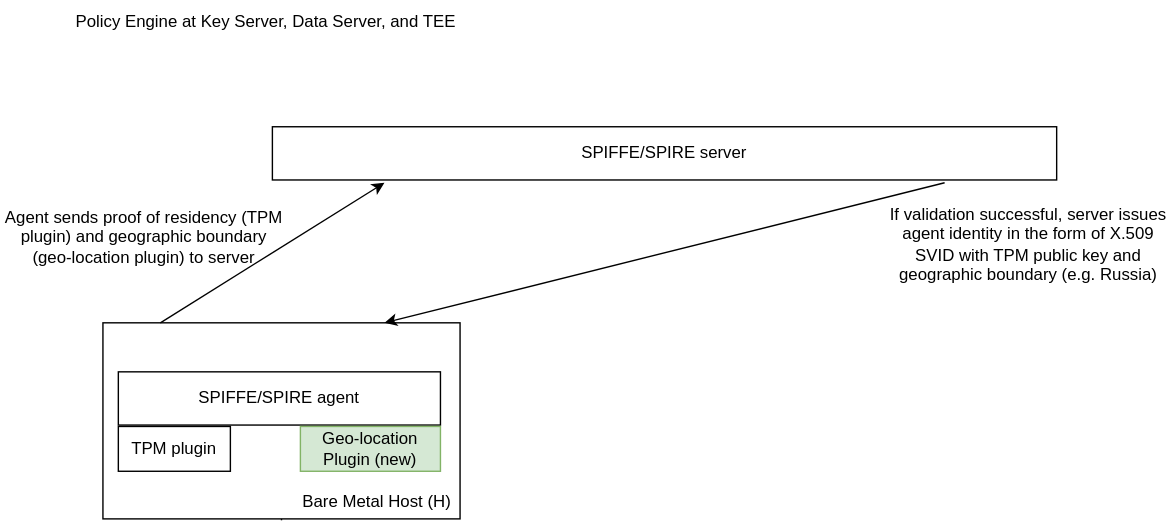
This is spiffe-spire.svg from nedmsmith/draft-klspa-wimse-verifiable-geo-fence, a draw.io export, as it was before one commit. Source tidied: cells renumbered, new cells last; positions are measured from the earlier drawing's top-left corner, leaving out a move shared by most shapes. Its diagram source:
```xml
<mxGraphModel>
  <root>
    <mxCell id="0" />
    <mxCell id="1" parent="0" />
    <mxCell id="2" value="&lt;div&gt;&lt;br&gt;&lt;/div&gt;&lt;div&gt;&lt;br&gt;&lt;/div&gt;&lt;div&gt;&lt;br&gt;&lt;/div&gt;&lt;div&gt;&lt;br&gt;&lt;/div&gt;&lt;div&gt;&lt;br&gt;&lt;/div&gt;&lt;div&gt;&lt;br&gt;&lt;/div&gt;&lt;div&gt;&lt;br&gt;&lt;/div&gt;&lt;div&gt;&lt;br&gt;&lt;/div&gt;&lt;div&gt;&lt;span style=&quot;white-space: pre;&quot;&gt;&#9;&lt;/span&gt;&lt;span style=&quot;white-space: pre;&quot;&gt;&#9;&lt;/span&gt;&lt;span style=&quot;white-space: pre;&quot;&gt;&#9;&lt;/span&gt;&lt;span style=&quot;white-space: pre;&quot;&gt;&#9;&lt;/span&gt;&amp;nbsp; &amp;nbsp; &amp;nbsp; &amp;nbsp; &amp;nbsp;Bare Metal Host (H)&lt;br&gt;&lt;/div&gt;" style="shape=umlLifeline;perimeter=lifelinePerimeter;whiteSpace=wrap;html=1;newEdgeStyle={&quot;edgeStyle&quot;:&quot;elbowEdgeStyle&quot;,&quot;elbow&quot;:&quot;vertical&quot;,&quot;curved&quot;:0,&quot;rounded&quot;:0};size=140;" parent="1" vertex="1">
      <mxGeometry x="73" y="230" width="255" height="141" as="geometry" />
    </mxCell>
    <mxCell id="3" value="SPIFFE/SPIRE agent" style="shape=umlLifeline;perimeter=lifelinePerimeter;whiteSpace=wrap;html=1;newEdgeStyle={&quot;edgeStyle&quot;:&quot;elbowEdgeStyle&quot;,&quot;elbow&quot;:&quot;vertical&quot;,&quot;curved&quot;:0,&quot;rounded&quot;:0};" parent="1" vertex="1">
      <mxGeometry x="84" y="265" width="230" height="38" as="geometry" />
    </mxCell>
    <mxCell id="4" value="SPIFFE/SPIRE server" style="shape=umlLifeline;perimeter=lifelinePerimeter;whiteSpace=wrap;html=1;newEdgeStyle={&quot;edgeStyle&quot;:&quot;elbowEdgeStyle&quot;,&quot;elbow&quot;:&quot;vertical&quot;,&quot;curved&quot;:0,&quot;rounded&quot;:0};" parent="1" vertex="1">
      <mxGeometry x="194" y="90" width="560" height="38" as="geometry" />
    </mxCell>
    <mxCell id="5" value="Policy Engine at Key Server, Data Server, and TEE" style="text;html=1;align=center;verticalAlign=middle;strokeColor=none;fillColor=none;" parent="1" vertex="1">
      <mxGeometry x="44" width="290" height="30" as="geometry" />
    </mxCell>
    <mxCell id="6" value="Geo-location Plugin (new)" style="shape=umlLifeline;perimeter=lifelinePerimeter;whiteSpace=wrap;html=1;newEdgeStyle={&quot;edgeStyle&quot;:&quot;elbowEdgeStyle&quot;,&quot;elbow&quot;:&quot;vertical&quot;,&quot;curved&quot;:0,&quot;rounded&quot;:0};fillColor=#d5e8d4;strokeColor=#82b366;" parent="1" vertex="1">
      <mxGeometry x="214" y="304" width="100" height="32" as="geometry" />
    </mxCell>
    <mxCell id="7" value="TPM plugin" style="shape=umlLifeline;perimeter=lifelinePerimeter;whiteSpace=wrap;html=1;newEdgeStyle={&quot;edgeStyle&quot;:&quot;elbowEdgeStyle&quot;,&quot;elbow&quot;:&quot;vertical&quot;,&quot;curved&quot;:0,&quot;rounded&quot;:0};" parent="1" vertex="1">
      <mxGeometry x="84" y="304" width="80" height="32" as="geometry" />
    </mxCell>
    <mxCell id="8" style="endArrow=classic;html=1;rounded=0;" parent="1" edge="1">
      <mxGeometry relative="1" as="geometry">
        <mxPoint x="114" y="230" as="sourcePoint" />
        <mxPoint x="274" y="130" as="targetPoint" />
      </mxGeometry>
    </mxCell>
    <mxCell id="9" value="Agent sends proof of residency (TPM plugin) and geographic boundary (geo-location plugin) to server" style="text;html=1;align=center;verticalAlign=middle;whiteSpace=wrap;rounded=0;" parent="1" vertex="1">
      <mxGeometry y="139" width="205" height="60" as="geometry" />
    </mxCell>
    <mxCell id="10" style="endArrow=classic;html=1;rounded=0;" parent="1" edge="1">
      <mxGeometry relative="1" as="geometry">
        <mxPoint x="674" y="130" as="sourcePoint" />
        <mxPoint x="274" y="230" as="targetPoint" />
      </mxGeometry>
    </mxCell>
    <mxCell id="11" value="If validation successful, server issues agent identity in the form of X.509 SVID with TPM public key and geographic boundary (e.g. Russia)" style="text;html=1;align=center;verticalAlign=middle;whiteSpace=wrap;rounded=0;" parent="1" vertex="1">
      <mxGeometry x="634" y="139" width="200" height="70" as="geometry" />
    </mxCell>
  </root>
</mxGraphModel>
```
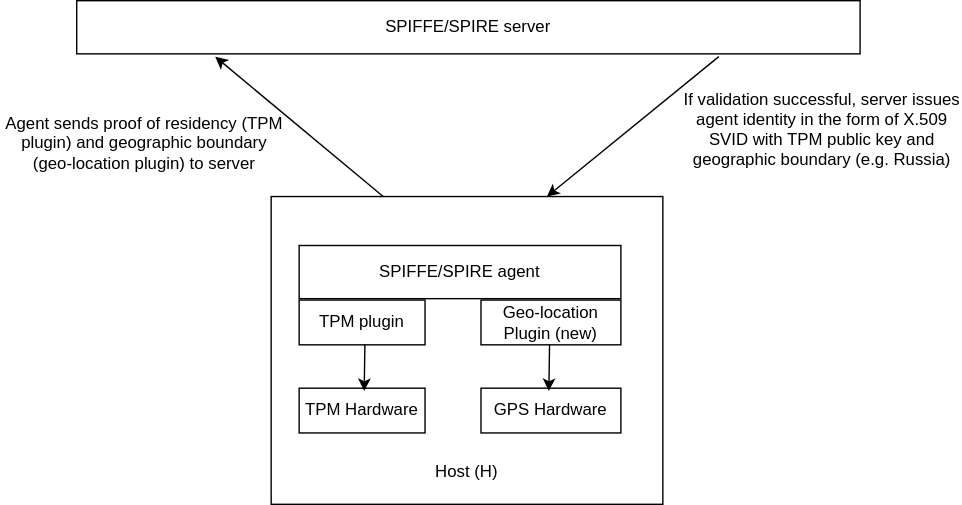
After the change.

Diff of the diagram source:
```diff
@@ -2,41 +2,57 @@
   <root>
     <mxCell id="0" />
     <mxCell id="1" parent="0" />
-    <mxCell id="2" value="&lt;div&gt;&lt;br&gt;&lt;/div&gt;&lt;div&gt;&lt;br&gt;&lt;/div&gt;&lt;div&gt;&lt;br&gt;&lt;/div&gt;&lt;div&gt;&lt;br&gt;&lt;/div&gt;&lt;div&gt;&lt;br&gt;&lt;/div&gt;&lt;div&gt;&lt;br&gt;&lt;/div&gt;&lt;div&gt;&lt;br&gt;&lt;/div&gt;&lt;div&gt;&lt;br&gt;&lt;/div&gt;&lt;div&gt;&lt;span style=&quot;white-space: pre;&quot;&gt;&#9;&lt;/span&gt;&lt;span style=&quot;white-space: pre;&quot;&gt;&#9;&lt;/span&gt;&lt;span style=&quot;white-space: pre;&quot;&gt;&#9;&lt;/span&gt;&lt;span style=&quot;white-space: pre;&quot;&gt;&#9;&lt;/span&gt;&amp;nbsp; &amp;nbsp; &amp;nbsp; &amp;nbsp; &amp;nbsp;Bare Metal Host (H)&lt;br&gt;&lt;/div&gt;" style="shape=umlLifeline;perimeter=lifelinePerimeter;whiteSpace=wrap;html=1;newEdgeStyle={&quot;edgeStyle&quot;:&quot;elbowEdgeStyle&quot;,&quot;elbow&quot;:&quot;vertical&quot;,&quot;curved&quot;:0,&quot;rounded&quot;:0};size=140;" parent="1" vertex="1">
-      <mxGeometry x="73" y="230" width="255" height="141" as="geometry" />
-    </mxCell>
-    <mxCell id="3" value="SPIFFE/SPIRE agent" style="shape=umlLifeline;perimeter=lifelinePerimeter;whiteSpace=wrap;html=1;newEdgeStyle={&quot;edgeStyle&quot;:&quot;elbowEdgeStyle&quot;,&quot;elbow&quot;:&quot;vertical&quot;,&quot;curved&quot;:0,&quot;rounded&quot;:0};" parent="1" vertex="1">
-      <mxGeometry x="84" y="265" width="230" height="38" as="geometry" />
-    </mxCell>
     <mxCell id="4" value="SPIFFE/SPIRE server" style="shape=umlLifeline;perimeter=lifelinePerimeter;whiteSpace=wrap;html=1;newEdgeStyle={&quot;edgeStyle&quot;:&quot;elbowEdgeStyle&quot;,&quot;elbow&quot;:&quot;vertical&quot;,&quot;curved&quot;:0,&quot;rounded&quot;:0};" parent="1" vertex="1">
-      <mxGeometry x="194" y="90" width="560" height="38" as="geometry" />
+      <mxGeometry x="175" y="90" width="560" height="38" as="geometry" />
     </mxCell>
-    <mxCell id="5" value="Policy Engine at Key Server, Data Server, and TEE" style="text;html=1;align=center;verticalAlign=middle;strokeColor=none;fillColor=none;" parent="1" vertex="1">
-      <mxGeometry x="44" width="290" height="30" as="geometry" />
-    </mxCell>
-    <mxCell id="6" value="Geo-location Plugin (new)" style="shape=umlLifeline;perimeter=lifelinePerimeter;whiteSpace=wrap;html=1;newEdgeStyle={&quot;edgeStyle&quot;:&quot;elbowEdgeStyle&quot;,&quot;elbow&quot;:&quot;vertical&quot;,&quot;curved&quot;:0,&quot;rounded&quot;:0};fillColor=#d5e8d4;strokeColor=#82b366;" parent="1" vertex="1">
-      <mxGeometry x="214" y="304" width="100" height="32" as="geometry" />
-    </mxCell>
-    <mxCell id="7" value="TPM plugin" style="shape=umlLifeline;perimeter=lifelinePerimeter;whiteSpace=wrap;html=1;newEdgeStyle={&quot;edgeStyle&quot;:&quot;elbowEdgeStyle&quot;,&quot;elbow&quot;:&quot;vertical&quot;,&quot;curved&quot;:0,&quot;rounded&quot;:0};" parent="1" vertex="1">
-      <mxGeometry x="84" y="304" width="80" height="32" as="geometry" />
-    </mxCell>
-    <mxCell id="8" style="endArrow=classic;html=1;rounded=0;" parent="1" edge="1">
+    <mxCell id="8" style="endArrow=classic;html=1;rounded=0;exitX=0.286;exitY=0;exitDx=0;exitDy=0;exitPerimeter=0;" parent="1" edge="1" source="13">
       <mxGeometry relative="1" as="geometry">
-        <mxPoint x="114" y="230" as="sourcePoint" />
         <mxPoint x="274" y="130" as="targetPoint" />
       </mxGeometry>
     </mxCell>
     <mxCell id="9" value="Agent sends proof of residency (TPM plugin) and geographic boundary (geo-location plugin) to server" style="text;html=1;align=center;verticalAlign=middle;whiteSpace=wrap;rounded=0;" parent="1" vertex="1">
-      <mxGeometry y="139" width="205" height="60" as="geometry" />
+      <mxGeometry x="121" y="162" width="205" height="60" as="geometry" />
     </mxCell>
-    <mxCell id="10" style="endArrow=classic;html=1;rounded=0;" parent="1" edge="1">
+    <mxCell id="10" style="endArrow=classic;html=1;rounded=0;entryX=0.704;entryY=0;entryDx=0;entryDy=0;entryPerimeter=0;" parent="1" edge="1" target="13">
       <mxGeometry relative="1" as="geometry">
-        <mxPoint x="674" y="130" as="sourcePoint" />
-        <mxPoint x="274" y="230" as="targetPoint" />
+        <mxPoint x="634" y="130" as="sourcePoint" />
       </mxGeometry>
     </mxCell>
     <mxCell id="11" value="If validation successful, server issues agent identity in the form of X.509 SVID with TPM public key and geographic boundary (e.g. Russia)" style="text;html=1;align=center;verticalAlign=middle;whiteSpace=wrap;rounded=0;" parent="1" vertex="1">
-      <mxGeometry x="634" y="139" width="200" height="70" as="geometry" />
+      <mxGeometry x="608" y="147" width="200" height="70" as="geometry" />
     </mxCell>
+    <mxCell id="12" style="group;" parent="1" vertex="1">
+      <mxGeometry x="314" y="230" width="280" height="220" as="geometry" />
+    </mxCell>
+    <mxCell id="13" value="&lt;div&gt;&lt;br&gt;&lt;/div&gt;&lt;div&gt;&lt;br&gt;&lt;/div&gt;&lt;div&gt;&lt;br&gt;&lt;/div&gt;&lt;div&gt;&lt;br&gt;&lt;/div&gt;&lt;div&gt;&lt;br&gt;&lt;/div&gt;&lt;div&gt;&lt;br&gt;&lt;/div&gt;&lt;div&gt;&lt;br&gt;&lt;/div&gt;&lt;div&gt;&lt;br&gt;&lt;/div&gt;&lt;div&gt;&lt;br&gt;&lt;/div&gt;&lt;div&gt;&lt;br&gt;&lt;/div&gt;&lt;div&gt;&lt;br&gt;&lt;/div&gt;&lt;div&gt;&lt;br&gt;&lt;/div&gt;&lt;div&gt;Host (H)&lt;/div&gt;" style="rounded=0;whiteSpace=wrap;html=1;" parent="12" vertex="1">
+      <mxGeometry width="280" height="220" as="geometry" />
+    </mxCell>
+    <mxCell id="3" value="SPIFFE/SPIRE agent" style="shape=umlLifeline;perimeter=lifelinePerimeter;whiteSpace=wrap;html=1;newEdgeStyle={&quot;edgeStyle&quot;:&quot;elbowEdgeStyle&quot;,&quot;elbow&quot;:&quot;vertical&quot;,&quot;curved&quot;:0,&quot;rounded&quot;:0};" parent="12" vertex="1">
+      <mxGeometry x="20" y="35" width="230" height="38" as="geometry" />
+    </mxCell>
+    <mxCell id="6" value="Geo-location Plugin (new)" style="shape=umlLifeline;perimeter=lifelinePerimeter;whiteSpace=wrap;html=1;newEdgeStyle={&quot;edgeStyle&quot;:&quot;elbowEdgeStyle&quot;,&quot;elbow&quot;:&quot;vertical&quot;,&quot;curved&quot;:0,&quot;rounded&quot;:0};" parent="12" vertex="1">
+      <mxGeometry x="150" y="74" width="100" height="32" as="geometry" />
+    </mxCell>
+    <mxCell id="7" value="TPM plugin" style="shape=umlLifeline;perimeter=lifelinePerimeter;whiteSpace=wrap;html=1;newEdgeStyle={&quot;edgeStyle&quot;:&quot;elbowEdgeStyle&quot;,&quot;elbow&quot;:&quot;vertical&quot;,&quot;curved&quot;:0,&quot;rounded&quot;:0};" parent="12" vertex="1">
+      <mxGeometry x="20" y="74" width="90" height="32" as="geometry" />
+    </mxCell>
+    <mxCell id="14" value="GPS Hardware" style="shape=umlLifeline;perimeter=lifelinePerimeter;whiteSpace=wrap;html=1;newEdgeStyle={&quot;edgeStyle&quot;:&quot;elbowEdgeStyle&quot;,&quot;elbow&quot;:&quot;vertical&quot;,&quot;curved&quot;:0,&quot;rounded&quot;:0};" parent="12" vertex="1">
+      <mxGeometry x="150" y="137" width="100" height="32" as="geometry" />
+    </mxCell>
+    <mxCell id="15" value="TPM Hardware" style="shape=umlLifeline;perimeter=lifelinePerimeter;whiteSpace=wrap;html=1;newEdgeStyle={&quot;edgeStyle&quot;:&quot;elbowEdgeStyle&quot;,&quot;elbow&quot;:&quot;vertical&quot;,&quot;curved&quot;:0,&quot;rounded&quot;:0};" parent="1" vertex="1">
+      <mxGeometry x="334" y="367" width="90" height="32" as="geometry" />
+    </mxCell>
+    <mxCell id="16" style="endArrow=classic;html=1;rounded=0;" parent="1" edge="1">
+      <mxGeometry relative="1" as="geometry">
+        <mxPoint x="381" y="336" as="sourcePoint" />
+        <mxPoint x="380.5" y="369" as="targetPoint" />
+      </mxGeometry>
+    </mxCell>
+    <mxCell id="17" style="endArrow=classic;html=1;rounded=0;" parent="1" edge="1">
+      <mxGeometry relative="1" as="geometry">
+        <mxPoint x="513" y="336" as="sourcePoint" />
+        <mxPoint x="512.5" y="369" as="targetPoint" />
+      </mxGeometry>
+    </mxCell>
   </root>
 </mxGraphModel>
```
